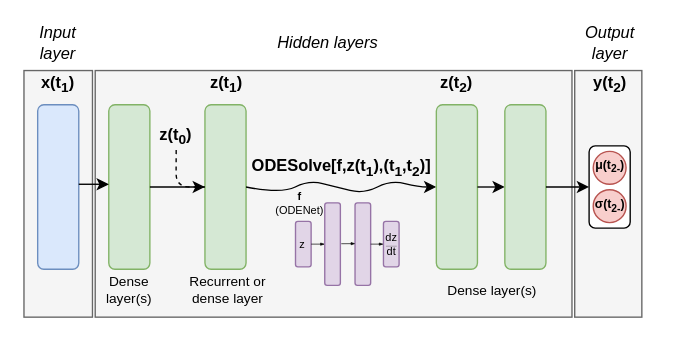
This is graph2.drawio from oizin/links, a draw.io file, before an edit. Source tidied: cells renumbered, new cells numbered last; positions are measured from the earlier drawing's top-left corner, leaving out a move shared by most shapes. Both pictures are drawn from the tidied source at 137%, with x=0, y=0 at pixel (-25, 29).
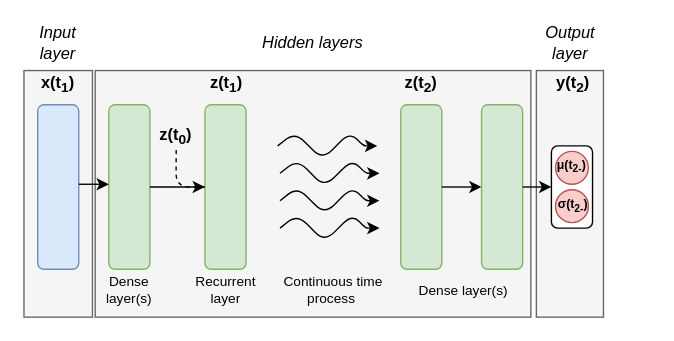
The same page after the edit.

The change refers to these unchanged cells:
```xml
<mxCell id="7" style="rounded=1;whiteSpace=wrap;html=1;rotation=90;fillColor=#d5e8d4;strokeColor=#82b366;" parent="1" vertex="1">
  <mxGeometry x="122.1" y="100" width="120" height="30" as="geometry" />
</mxCell>
```

The edit, as a diff of the source:
```diff
@@
     <mxCell id="2" style="rounded=0;whiteSpace=wrap;html=1;fillColor=#f5f5f5;strokeColor=#666666;fontColor=#333333;" parent="1" vertex="1">
-      <mxGeometry x="437" y="30" width="49" height="180" as="geometry" />
+      <mxGeometry x="409" y="30" width="49" height="180" as="geometry" />
     </mxCell>
@@
     <mxCell id="4" style="rounded=0;whiteSpace=wrap;html=1;fillColor=#f5f5f5;strokeColor=#666666;fontColor=#333333;" parent="1" vertex="1">
-      <mxGeometry x="87" y="30" width="348" height="180" as="geometry" />
+      <mxGeometry x="87" y="30" width="318" height="180" as="geometry" />
     </mxCell>
@@
-    <mxCell id="10" style="curved=1;endArrow=classic;html=1;exitX=0.5;exitY=0;exitDx=0;exitDy=0;entryX=0.5;entryY=1;entryDx=0;entryDy=0;" parent="1" edge="1" source="7" target="11">
-      <mxGeometry relative="1" as="geometry">
-        <Array as="points">
-          <mxPoint x="223" y="120" />
-          <mxPoint x="243" y="110" />
-          <mxPoint x="263" y="115" />
-          <mxPoint x="283" y="120" />
-          <mxPoint x="303" y="110" />
-          <mxPoint x="323" y="115" />
-        </Array>
-      </mxGeometry>
-    </mxCell>
     <mxCell id="11" style="rounded=1;whiteSpace=wrap;html=1;rotation=90;fillColor=#d5e8d4;strokeColor=#82b366;" parent="1" vertex="1">
-      <mxGeometry x="291" y="100" width="120" height="30" as="geometry" />
+      <mxGeometry x="265" y="100" width="120" height="30" as="geometry" />
     </mxCell>
-    <mxCell id="12" value="ODESolve[f,z(t&lt;sub&gt;1&lt;/sub&gt;),(t&lt;sub&gt;1&lt;/sub&gt;,t&lt;sub&gt;2&lt;/sub&gt;)]" style="text;html=1;strokeColor=none;fillColor=none;align=center;verticalAlign=middle;whiteSpace=wrap;rounded=0;fontStyle=1;" parent="1" vertex="1">
-      <mxGeometry x="198.2" y="91" width="138" height="20" as="geometry" />
-    </mxCell>
     <mxCell id="13" value="z(t&lt;sub&gt;2&lt;/sub&gt;)" style="text;html=1;strokeColor=none;fillColor=none;align=center;verticalAlign=middle;whiteSpace=wrap;rounded=0;fontStyle=1;" parent="1" vertex="1">
-      <mxGeometry x="331" y="30" width="40" height="20" as="geometry" />
+      <mxGeometry x="305" y="30" width="40" height="20" as="geometry" />
     </mxCell>
@@
     <mxCell id="15" style="rounded=1;whiteSpace=wrap;html=1;rotation=-90;fillColor=#d5e8d4;strokeColor=#82b366;" parent="1" vertex="1">
-      <mxGeometry x="341" y="100" width="120" height="30" as="geometry" />
+      <mxGeometry x="324" y="100" width="120" height="30" as="geometry" />
     </mxCell>
@@
     <mxCell id="17" style="rounded=1;whiteSpace=wrap;html=1;rotation=90;" parent="1" vertex="1">
-      <mxGeometry x="432.5" y="100" width="60" height="30" as="geometry" />
+      <mxGeometry x="405" y="100" width="60" height="30" as="geometry" />
     </mxCell>
     <mxCell id="18" style="ellipse;whiteSpace=wrap;html=1;fillColor=#f8cecc;strokeColor=#b85450;" parent="1" vertex="1">
-      <mxGeometry x="450.5" y="89" width="24" height="24" as="geometry" />
+      <mxGeometry x="423" y="89" width="24" height="24" as="geometry" />
     </mxCell>
     <mxCell id="19" style="ellipse;whiteSpace=wrap;html=1;fillColor=#f8cecc;strokeColor=#b85450;" parent="1" vertex="1">
-      <mxGeometry x="450.5" y="117" width="24" height="24" as="geometry" />
+      <mxGeometry x="423" y="117" width="24" height="24" as="geometry" />
     </mxCell>
@@
     <mxCell id="21" value="&lt;i&gt;Hidden layers&lt;/i&gt;" style="text;html=1;strokeColor=none;fillColor=none;align=center;verticalAlign=middle;whiteSpace=wrap;rounded=0;" parent="1" vertex="1">
-      <mxGeometry x="212.4" width="90" height="20" as="geometry" />
+      <mxGeometry x="201" width="90" height="20" as="geometry" />
     </mxCell>
     <mxCell id="22" value="&lt;i&gt;Output layer&lt;/i&gt;" style="text;html=1;strokeColor=none;fillColor=none;align=center;verticalAlign=middle;whiteSpace=wrap;rounded=0;" parent="1" vertex="1">
-      <mxGeometry x="432.5" width="60" height="20" as="geometry" />
+      <mxGeometry x="403.5" width="60" height="20" as="geometry" />
     </mxCell>
     <mxCell id="23" value="&lt;font style=&quot;font-size: 9px&quot;&gt;μ(t&lt;sub&gt;2-&lt;/sub&gt;)&lt;/font&gt;" style="text;html=1;strokeColor=none;fillColor=none;align=center;verticalAlign=middle;whiteSpace=wrap;rounded=0;fontStyle=1;" parent="1" vertex="1">
-      <mxGeometry x="442.5" y="88" width="40" height="20" as="geometry" />
+      <mxGeometry x="415" y="88" width="40" height="20" as="geometry" />
     </mxCell>
     <mxCell id="24" value="&lt;font style=&quot;font-size: 9px&quot;&gt;&lt;span&gt;σ(&lt;/span&gt;t&lt;sub&gt;2-&lt;/sub&gt;)&lt;/font&gt;" style="text;html=1;strokeColor=none;fillColor=none;align=center;verticalAlign=middle;whiteSpace=wrap;rounded=0;fontStyle=1;" parent="1" vertex="1">
-      <mxGeometry x="451.5" y="122" width="22" height="9" as="geometry" />
+      <mxGeometry x="424" y="123" width="23.5" height="7" as="geometry" />
     </mxCell>
     <mxCell id="25" value="y(t&lt;sub&gt;2&lt;/sub&gt;)" style="text;html=1;strokeColor=none;fillColor=none;align=center;verticalAlign=middle;whiteSpace=wrap;rounded=0;fontStyle=1;" parent="1" vertex="1">
-      <mxGeometry x="442.5" y="30" width="40" height="20" as="geometry" />
+      <mxGeometry x="415.8" y="30" width="40" height="20" as="geometry" />
     </mxCell>
-    <mxCell id="26" value="&lt;div style=&quot;font-size: 10px;&quot;&gt;Recurrent or &lt;br style=&quot;font-size: 10px;&quot;&gt;&lt;/div&gt;&lt;div style=&quot;font-size: 10px;&quot;&gt;dense layer&lt;br style=&quot;font-size: 10px;&quot;&gt;&lt;/div&gt;" style="text;html=1;strokeColor=none;fillColor=none;align=center;verticalAlign=middle;whiteSpace=wrap;rounded=0;rotation=0;fontSize=10;" parent="1" vertex="1">
-      <mxGeometry x="146.3" y="175" width="76" height="30" as="geometry" />
+    <mxCell id="26" value="&lt;div style=&quot;font-size: 10px;&quot;&gt;Recurrent layer&lt;br&gt;&lt;/div&gt;" style="text;html=1;strokeColor=none;fillColor=none;align=center;verticalAlign=middle;whiteSpace=wrap;rounded=0;rotation=0;fontSize=10;" parent="1" vertex="1">
+      <mxGeometry x="152.5" y="175" width="60.9" height="30" as="geometry" />
     </mxCell>
     <mxCell id="27" value="&lt;div style=&quot;font-size: 10px;&quot;&gt;Dense layer(s)&lt;br style=&quot;font-size: 10px;&quot;&gt;&lt;/div&gt;" style="text;html=1;strokeColor=none;fillColor=none;align=center;verticalAlign=middle;whiteSpace=wrap;rounded=0;rotation=0;fontSize=10;" parent="1" vertex="1">
-      <mxGeometry x="336.2" y="175" width="82.2" height="30" as="geometry" />
+      <mxGeometry x="315" y="175" width="82.2" height="30" as="geometry" />
     </mxCell>
-    <mxCell id="28" style="rounded=1;whiteSpace=wrap;html=1;rotation=90;fontSize=10;fillColor=#e1d5e7;strokeColor=#9673a6;" parent="1" vertex="1">
-      <mxGeometry x="222.3" y="151" width="33.2" height="11.4" as="geometry" />
-    </mxCell>
-    <mxCell id="29" style="rounded=1;whiteSpace=wrap;html=1;rotation=90;fillColor=#e1d5e7;strokeColor=#9673a6;" parent="1" vertex="1">
-      <mxGeometry x="230.1" y="151" width="60.3" height="11.4" as="geometry" />
-    </mxCell>
-    <mxCell id="30" style="rounded=1;whiteSpace=wrap;html=1;rotation=90;fillColor=#e1d5e7;strokeColor=#9673a6;" parent="1" vertex="1">
-      <mxGeometry x="252.2" y="151" width="60.3" height="11.4" as="geometry" />
-    </mxCell>
-    <mxCell id="31" style="rounded=1;whiteSpace=wrap;html=1;rotation=90;fillColor=#e1d5e7;strokeColor=#9673a6;" parent="1" vertex="1">
-      <mxGeometry x="286.5" y="151" width="33.2" height="11.4" as="geometry" />
-    </mxCell>
-    <mxCell id="32" style="endArrow=blockThin;html=1;strokeWidth=0.5;exitX=0.5;exitY=0;exitDx=0;exitDy=0;entryX=0.5;entryY=1;entryDx=0;entryDy=0;endFill=1;endSize=2;" parent="1" edge="1" source="28" target="29">
-      <mxGeometry x="387.8" y="228.5" as="geometry" />
-    </mxCell>
-    <mxCell id="33" style="endArrow=blockThin;html=1;strokeWidth=0.5;endFill=1;endSize=2;entryX=0.494;entryY=0.985;entryDx=0;entryDy=0;entryPerimeter=0;" parent="1" edge="1" target="30">
-      <mxGeometry x="387.8" y="228.5" as="geometry">
-        <mxPoint x="266.6" y="156.4" as="sourcePoint" />
-      </mxGeometry>
-    </mxCell>
-    <mxCell id="34" style="endArrow=blockThin;html=1;strokeWidth=0.5;exitX=0.5;exitY=0;exitDx=0;exitDy=0;endFill=1;endSize=2;entryX=0.5;entryY=1;entryDx=0;entryDy=0;" parent="1" edge="1" source="30" target="31">
-      <mxGeometry x="387.8" y="228.5" as="geometry" />
-    </mxCell>
-    <mxCell id="35" value="z" style="text;html=1;strokeColor=none;fillColor=none;align=center;verticalAlign=middle;whiteSpace=wrap;rounded=0;fontSize=8;" parent="1" vertex="1">
-      <mxGeometry x="212.4" y="143.8" width="53.1" height="25.8" as="geometry" />
-    </mxCell>
-    <mxCell id="36" value="&lt;div style=&quot;font-size: 8px;&quot;&gt;dz&lt;/div&gt;&lt;div style=&quot;font-size: 8px;&quot;&gt;dt&lt;/div&gt;" style="text;html=1;strokeColor=none;fillColor=none;align=center;verticalAlign=middle;whiteSpace=wrap;rounded=0;fontSize=8;" parent="1" vertex="1">
-      <mxGeometry x="299.5" y="146.1" width="7.2" height="22.4" as="geometry" />
-    </mxCell>
-    <mxCell id="37" style="endArrow=none;html=1;fontSize=5;endSize=2;strokeWidth=0.2;startSize=6;" parent="1" edge="1">
-      <mxGeometry x="387.8" y="228.5" as="geometry">
-        <mxPoint x="299.2" y="158.2" as="sourcePoint" />
-        <mxPoint x="307.1" y="158.2" as="targetPoint" />
-      </mxGeometry>
-    </mxCell>
-    <mxCell id="38" value="&lt;div style=&quot;font-size: 8px;&quot;&gt;&lt;b style=&quot;font-size: 8px;&quot;&gt;f&lt;/b&gt; &lt;br style=&quot;font-size: 8px;&quot;&gt;&lt;/div&gt;&lt;div style=&quot;font-size: 8px;&quot;&gt;(ODENet)&lt;/div&gt;" style="text;html=1;strokeColor=none;fillColor=none;align=center;verticalAlign=middle;whiteSpace=wrap;rounded=0;fontSize=8;" parent="1" vertex="1">
-      <mxGeometry x="216.9" y="113.6" width="38.6" height="25.8" as="geometry" />
-    </mxCell>
@@
+    <mxCell id="44" style="endArrow=classic;html=1;rounded=1;" parent="1" edge="1">
+      <mxGeometry relative="1" as="geometry">
+        <mxPoint x="220.2" y="85" as="sourcePoint" />
+        <mxPoint x="292.9" y="85" as="targetPoint" />
+        <Array as="points">
+          <mxPoint x="232.9" y="75" />
+          <mxPoint x="252.9" y="95" />
+          <mxPoint x="272.9" y="75" />
+          <mxPoint x="282.9" y="85" />
+        </Array>
+      </mxGeometry>
+    </mxCell>
+    <mxCell id="45" style="endArrow=classic;html=1;rounded=1;" parent="1" edge="1">
+      <mxGeometry relative="1" as="geometry">
+        <mxPoint x="221.9" y="105" as="sourcePoint" />
+        <mxPoint x="294.5" y="105" as="targetPoint" />
+        <Array as="points">
+          <mxPoint x="234.5" y="95" />
+          <mxPoint x="254.5" y="115" />
+          <mxPoint x="274.5" y="95" />
+          <mxPoint x="284.5" y="105" />
+        </Array>
+      </mxGeometry>
+    </mxCell>
+    <mxCell id="46" style="endArrow=classic;html=1;rounded=1;" parent="1" edge="1">
+      <mxGeometry relative="1" as="geometry">
+        <mxPoint x="221.9" y="125" as="sourcePoint" />
+        <mxPoint x="294.5" y="125" as="targetPoint" />
+        <Array as="points">
+          <mxPoint x="234.5" y="115" />
+          <mxPoint x="254.5" y="135" />
+          <mxPoint x="274.5" y="115" />
+          <mxPoint x="284.5" y="125" />
+        </Array>
+      </mxGeometry>
+    </mxCell>
+    <mxCell id="47" style="endArrow=classic;html=1;rounded=1;" parent="1" edge="1">
+      <mxGeometry relative="1" as="geometry">
+        <mxPoint x="221.9" y="145" as="sourcePoint" />
+        <mxPoint x="294.5" y="145" as="targetPoint" />
+        <Array as="points">
+          <mxPoint x="234.5" y="135" />
+          <mxPoint x="254.5" y="155" />
+          <mxPoint x="274.5" y="135" />
+          <mxPoint x="284.5" y="145" />
+        </Array>
+      </mxGeometry>
+    </mxCell>
+    <mxCell id="48" value="Continuous time process&amp;nbsp;" style="text;html=1;strokeColor=none;fillColor=none;align=center;verticalAlign=middle;whiteSpace=wrap;rounded=0;fontSize=10;" parent="1" vertex="1">
+      <mxGeometry x="207" y="175" width="108" height="30" as="geometry" />
+    </mxCell>
```
